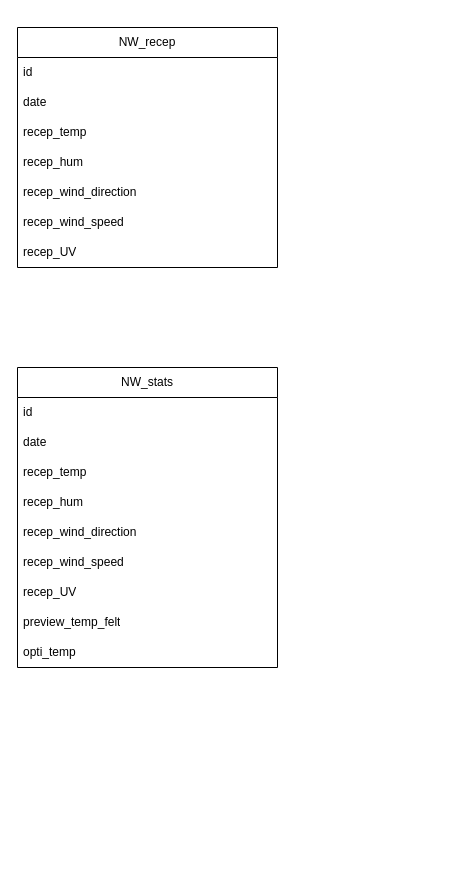
Earlier version of the draw.io diagram Nika_Weather/src/v1MLD.drawio (Mathuww/Nika-Weather). Source tidied: cells renumbered, new cells numbered last; positions are measured from the earlier drawing's top-left corner, leaving out a move shared by most shapes. Both pictures are drawn from the tidied source at 100%, with x=0, y=0 at pixel (17, 27).
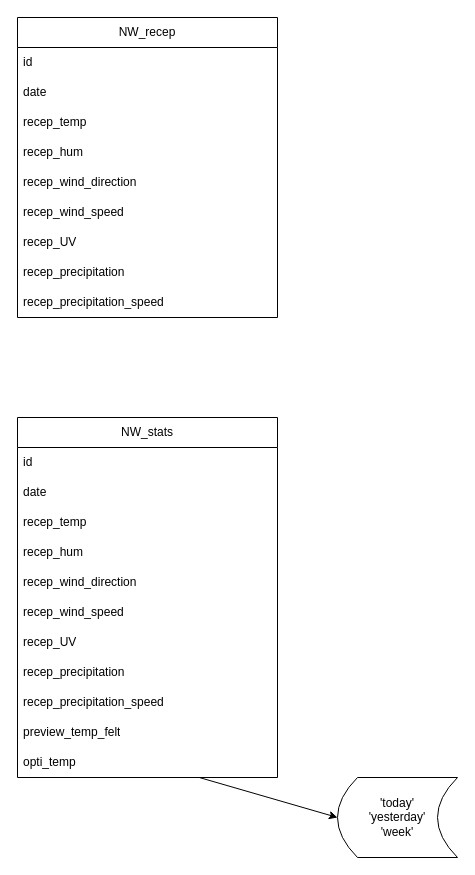
After the change.

Change to the diagram source:
```diff
@@
     <mxCell id="2" value="NW_stats" style="swimlane;fontStyle=0;horizontal=1;startSize=30;whiteSpace=wrap;html=1;" parent="1" vertex="1">
-      <mxGeometry y="340" width="260" height="300" as="geometry" />
+      <mxGeometry y="390" width="260" height="360" as="geometry" />
     </mxCell>
@@
+    <mxCell id="20" value="recep_precipitation" style="text;strokeColor=none;fillColor=none;align=left;verticalAlign=middle;spacingLeft=4;spacingRight=4;overflow=hidden;whiteSpace=wrap;html=1;" parent="2" vertex="1">
+      <mxGeometry y="240" width="260" height="30" as="geometry" />
+    </mxCell>
+    <mxCell id="21" value="recep_precipitation_speed" style="text;strokeColor=none;fillColor=none;align=left;verticalAlign=middle;spacingLeft=4;spacingRight=4;overflow=hidden;whiteSpace=wrap;html=1;" parent="2" vertex="1">
+      <mxGeometry y="270" width="260" height="30" as="geometry" />
+    </mxCell>
     <mxCell id="10" value="preview_temp_felt" style="text;strokeColor=none;fillColor=none;align=left;verticalAlign=middle;spacingLeft=4;spacingRight=4;overflow=hidden;whiteSpace=wrap;html=1;" parent="2" vertex="1">
-      <mxGeometry y="240" width="260" height="30" as="geometry" />
+      <mxGeometry y="300" width="260" height="30" as="geometry" />
     </mxCell>
     <mxCell id="11" value="opti_temp" style="text;strokeColor=none;fillColor=none;align=left;verticalAlign=middle;spacingLeft=4;spacingRight=4;overflow=hidden;points=[[0,0.5],[1,0.5]];portConstraint=eastwest;whiteSpace=wrap;html=1;" parent="2" vertex="1">
-      <mxGeometry y="270" width="260" height="30" as="geometry" />
+      <mxGeometry y="330" width="260" height="30" as="geometry" />
     </mxCell>
     <mxCell id="12" value="NW_recep" style="swimlane;fontStyle=0;horizontal=1;startSize=30;whiteSpace=wrap;html=1;" parent="1" vertex="1">
-      <mxGeometry width="260" height="240" as="geometry" />
+      <mxGeometry y="-10" width="260" height="300" as="geometry" />
     </mxCell>
@@
+    <mxCell id="22" value="recep_precipitation" style="text;strokeColor=none;fillColor=none;align=left;verticalAlign=middle;spacingLeft=4;spacingRight=4;overflow=hidden;whiteSpace=wrap;html=1;" parent="12" vertex="1">
+      <mxGeometry y="240" width="260" height="30" as="geometry" />
+    </mxCell>
+    <mxCell id="23" value="recep_precipitation_speed" style="text;strokeColor=none;fillColor=none;align=left;verticalAlign=middle;spacingLeft=4;spacingRight=4;overflow=hidden;whiteSpace=wrap;html=1;" parent="12" vertex="1">
+      <mxGeometry y="270" width="260" height="30" as="geometry" />
+    </mxCell>
+    <mxCell id="24" style="edgeStyle=none;html=1;entryX=0;entryY=0.5;entryDx=0;entryDy=0;" parent="1" edge="1" source="11" target="25">
+      <mxGeometry relative="1" as="geometry" />
+    </mxCell>
+    <mxCell id="25" value="'today'&lt;br&gt;'yesterday'&lt;br&gt;'week'" style="shape=dataStorage;whiteSpace=wrap;html=1;fixedSize=1;" parent="1" vertex="1">
+      <mxGeometry x="320" y="750" width="120" height="80" as="geometry" />
+    </mxCell>
```
